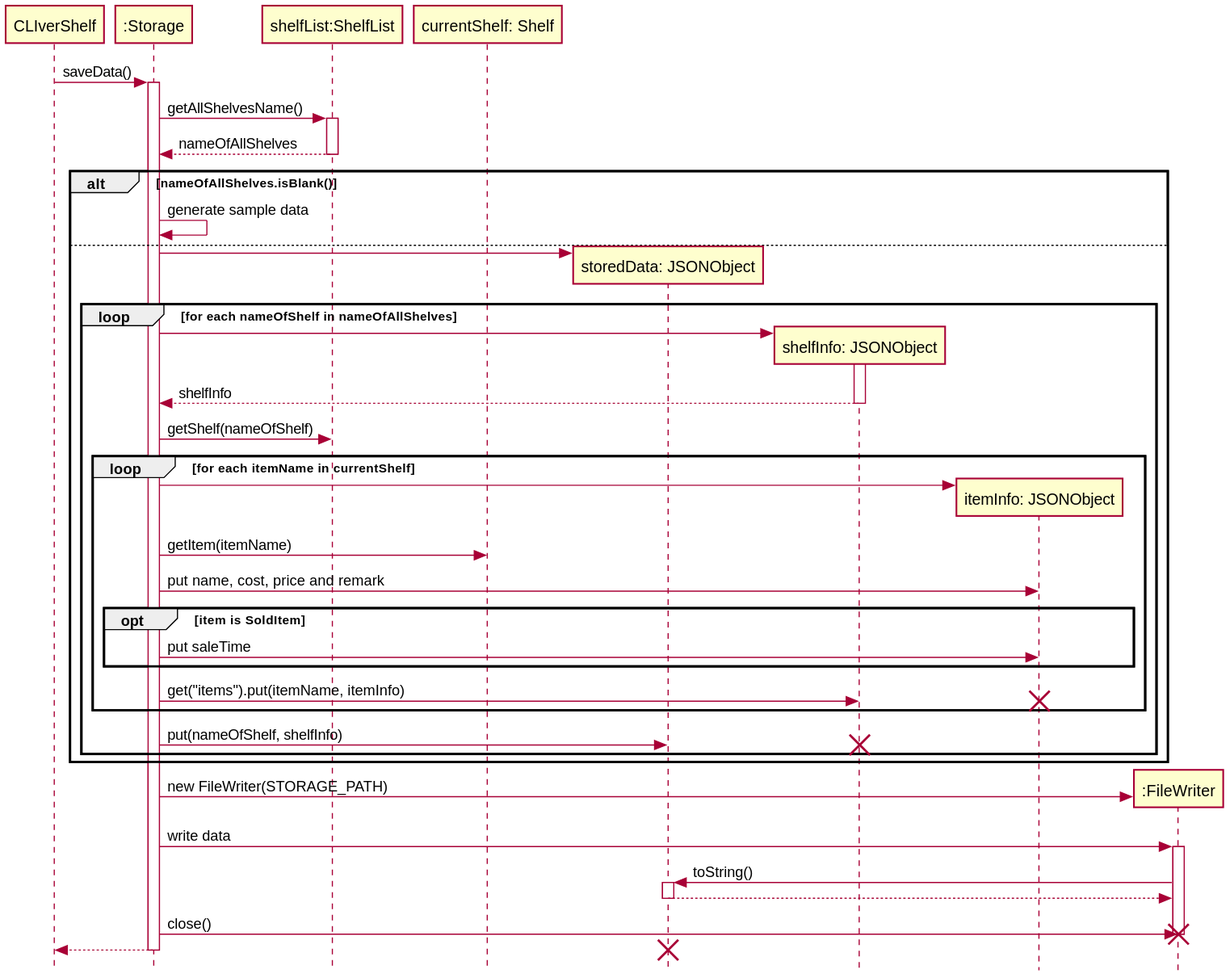
The PlantUML diagram docs/diagrams/Storage_saveData.svg in zh1huang/tp, before a commit.
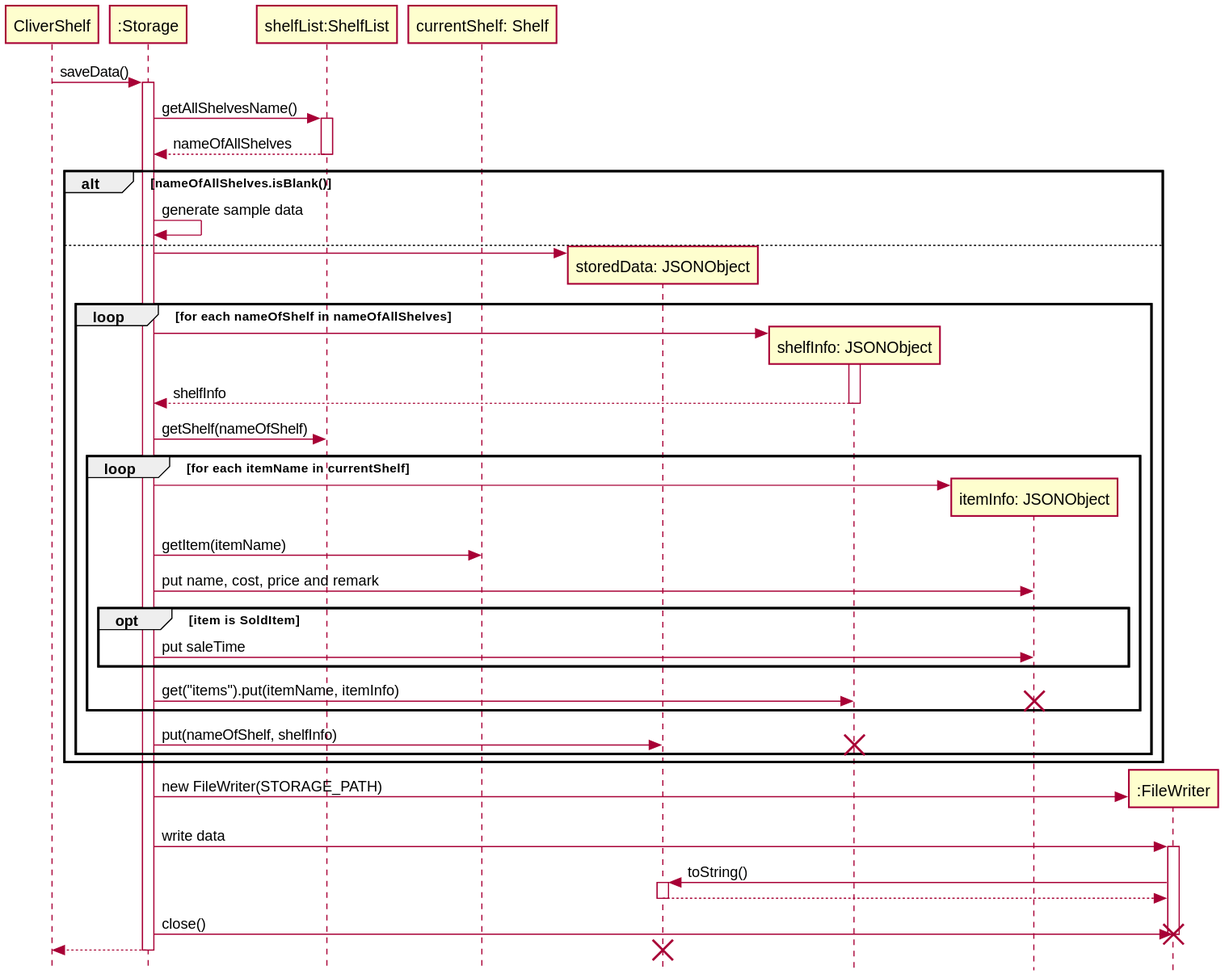
The same file after the commit.

The edit, as a diff of the source:
```diff
@@ -1,6 +1,6 @@
 @startuml
 !include Style.puml
-participant CLIverShelf as app
+participant CliverShelf as app
 participant ":Storage" as storage
 participant "shelfList:ShelfList" as shelfList
 participant "currentShelf: Shelf" as currentShelf
```
